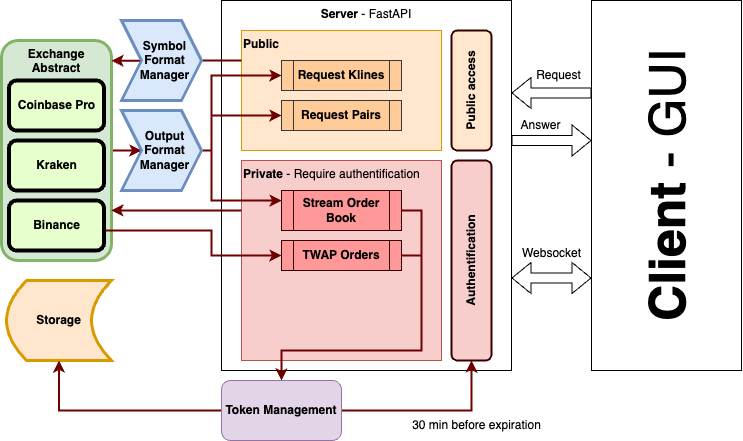
The draw.io diagram img/structure.png in Caymaar/multi-crypto-exchanges-api, before a commit. Source tidied: cells renumbered, new cells last; positions are measured from the earlier drawing's top-left corner, leaving out a move shared by most shapes.
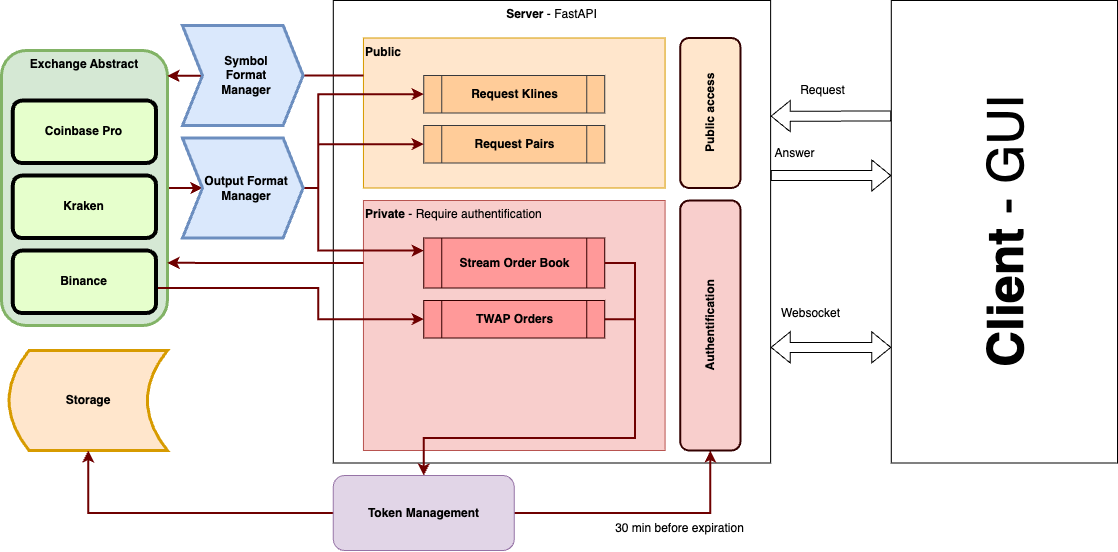
The same diagram one commit later.

Commit message:
upscale structure png

Diff of the diagram source:
```diff
@@ -2,155 +2,158 @@
   <root>
     <mxCell id="0" />
     <mxCell id="1" parent="0" />
+    <mxCell id="38" style="group;" parent="1" vertex="1">
+      <mxGeometry x="166" y="188" width="1116" height="550" as="geometry" />
+    </mxCell>
-    <mxCell id="2" style="edgeStyle=orthogonalEdgeStyle;rounded=0;orthogonalLoop=1;jettySize=auto;html=1;exitX=1;exitY=0.5;exitDx=0;exitDy=0;entryX=0;entryY=0.5;entryDx=0;entryDy=0;shape=flexArrow;" parent="1" edge="1">
+    <mxCell id="2" style="edgeStyle=orthogonalEdgeStyle;rounded=0;orthogonalLoop=1;jettySize=auto;html=1;exitX=1;exitY=0.5;exitDx=0;exitDy=0;entryX=0;entryY=0.5;entryDx=0;entryDy=0;shape=flexArrow;" parent="38" edge="1">
       <mxGeometry relative="1" as="geometry">
-        <mxPoint x="510" y="140" as="sourcePoint" />
-        <mxPoint x="590" y="140" as="targetPoint" />
+        <mxPoint x="769.1" y="175" as="sourcePoint" />
+        <mxPoint x="889.8" y="175" as="targetPoint" />
       </mxGeometry>
     </mxCell>
-    <mxCell id="3" value="&lt;b&gt;Server &lt;/b&gt;- FastAPI" style="rounded=0;whiteSpace=wrap;html=1;verticalAlign=top;" parent="1" vertex="1">
-      <mxGeometry x="220" width="290" height="370" as="geometry" />
+    <mxCell id="3" value="&lt;b&gt;Server &lt;/b&gt;- FastAPI" style="rounded=0;whiteSpace=wrap;html=1;verticalAlign=top;" parent="38" vertex="1">
+      <mxGeometry x="331.8" width="437.4" height="462.5" as="geometry" />
     </mxCell>
-    <mxCell id="4" value="&lt;b&gt;Private &lt;/b&gt;-&lt;b&gt; &lt;/b&gt;Require authentification" style="rounded=0;whiteSpace=wrap;html=1;verticalAlign=top;align=left;fillColor=#f8cecc;strokeColor=#b85450;" parent="1" vertex="1">
-      <mxGeometry x="240" y="160" width="200" height="200" as="geometry" />
+    <mxCell id="4" value="&lt;b&gt;Private &lt;/b&gt;-&lt;b&gt; &lt;/b&gt;Require authentification" style="rounded=0;whiteSpace=wrap;html=1;verticalAlign=top;align=left;fillColor=#f8cecc;strokeColor=#b85450;" parent="38" vertex="1">
+      <mxGeometry x="361.9" y="200" width="301.6" height="250" as="geometry" />
     </mxCell>
-    <mxCell id="5" value="&lt;b&gt;Public&lt;/b&gt;" style="rounded=0;whiteSpace=wrap;html=1;verticalAlign=top;align=left;fillColor=#ffe6cc;strokeColor=#d79b00;" parent="1" vertex="1">
-      <mxGeometry x="240" y="30" width="200" height="120" as="geometry" />
+    <mxCell id="5" value="&lt;b&gt;Public&lt;/b&gt;" style="rounded=0;whiteSpace=wrap;html=1;verticalAlign=top;align=left;fillColor=#ffe6cc;strokeColor=#d79b00;" parent="38" vertex="1">
+      <mxGeometry x="361.9" y="37.5" width="301.6" height="150" as="geometry" />
     </mxCell>
-    <mxCell id="6" style="edgeStyle=orthogonalEdgeStyle;rounded=0;jettySize=auto;html=1;exitX=1;exitY=0.5;exitDx=0;exitDy=0;strokeWidth=2;fillColor=#a20025;strokeColor=#6F0000;" parent="1" edge="1" source="7" target="23">
+    <mxCell id="6" style="edgeStyle=orthogonalEdgeStyle;rounded=0;jettySize=auto;html=1;exitX=1;exitY=0.5;exitDx=0;exitDy=0;strokeWidth=2;fillColor=#a20025;strokeColor=#6F0000;" parent="38" edge="1" source="7" target="23">
       <mxGeometry relative="1" as="geometry" />
     </mxCell>
-    <mxCell id="7" value="&lt;b&gt;Exchange Abstract&lt;/b&gt;" style="rounded=1;whiteSpace=wrap;html=1;fillColor=#d5e8d4;strokeColor=#82b366;strokeWidth=3;verticalAlign=top;" parent="1" vertex="1">
-      <mxGeometry y="40" width="110" height="220" as="geometry" />
+    <mxCell id="7" value="&lt;b&gt;Exchange Abstract&lt;/b&gt;" style="rounded=1;whiteSpace=wrap;html=1;fillColor=#d5e8d4;strokeColor=#82b366;strokeWidth=3;verticalAlign=top;" parent="38" vertex="1">
+      <mxGeometry y="50" width="165.9" height="275" as="geometry" />
     </mxCell>
-    <mxCell id="8" value="&lt;b&gt;Coinbase Pro&lt;/b&gt;" style="rounded=1;whiteSpace=wrap;html=1;fillColor=light-dark(#e6ffcc, #ededed);strokeColor=light-dark(#000000, #446e2c);strokeWidth=4;" parent="1" vertex="1">
-      <mxGeometry x="7.5" y="80" width="95" height="50" as="geometry" />
+    <mxCell id="8" value="&lt;b&gt;Coinbase Pro&lt;/b&gt;" style="rounded=1;whiteSpace=wrap;html=1;fillColor=light-dark(#e6ffcc, #ededed);strokeColor=light-dark(#000000, #446e2c);strokeWidth=4;" parent="38" vertex="1">
+      <mxGeometry x="11.3" y="100" width="143.3" height="62.5" as="geometry" />
     </mxCell>
-    <mxCell id="9" value="&lt;b&gt;Kraken&lt;/b&gt;" style="rounded=1;whiteSpace=wrap;html=1;fillColor=light-dark(#e6ffcc, #ededed);strokeColor=light-dark(#000000, #446e2c);strokeWidth=4;" parent="1" vertex="1">
-      <mxGeometry x="7.5" y="140" width="95" height="50" as="geometry" />
+    <mxCell id="9" value="&lt;b&gt;Kraken&lt;/b&gt;" style="rounded=1;whiteSpace=wrap;html=1;fillColor=light-dark(#e6ffcc, #ededed);strokeColor=light-dark(#000000, #446e2c);strokeWidth=4;" parent="38" vertex="1">
+      <mxGeometry x="11.3" y="175" width="143.3" height="62.5" as="geometry" />
     </mxCell>
-    <mxCell id="10" style="edgeStyle=orthogonalEdgeStyle;rounded=0;jettySize=auto;html=1;exitX=1;exitY=0.75;exitDx=0;exitDy=0;strokeWidth=2;fillColor=#a20025;strokeColor=#6F0000;entryX=0;entryY=0.5;entryDx=0;entryDy=0;" parent="1" edge="1" source="11" target="17">
+    <mxCell id="10" style="edgeStyle=orthogonalEdgeStyle;rounded=0;jettySize=auto;html=1;exitX=1;exitY=0.75;exitDx=0;exitDy=0;strokeWidth=2;fillColor=#a20025;strokeColor=#6F0000;entryX=0;entryY=0.5;entryDx=0;entryDy=0;" parent="38" edge="1" source="11" target="17">
       <mxGeometry relative="1" as="geometry">
         <Array as="points">
-          <mxPoint x="102" y="230" />
-          <mxPoint x="210" y="230" />
-          <mxPoint x="210" y="255" />
+          <mxPoint x="153.8" y="287.5" />
+          <mxPoint x="316.7" y="287.5" />
+          <mxPoint x="316.7" y="318.7" />
         </Array>
       </mxGeometry>
     </mxCell>
-    <mxCell id="11" value="&lt;b&gt;Binance&lt;/b&gt;" style="rounded=1;whiteSpace=wrap;html=1;fillColor=light-dark(#e6ffcc, #ededed);strokeColor=light-dark(#000000, #446e2c);strokeWidth=4;" parent="1" vertex="1">
-      <mxGeometry x="7.5" y="200" width="95" height="50" as="geometry" />
+    <mxCell id="11" value="&lt;b&gt;Binance&lt;/b&gt;" style="rounded=1;whiteSpace=wrap;html=1;fillColor=light-dark(#e6ffcc, #ededed);strokeColor=light-dark(#000000, #446e2c);strokeWidth=4;" parent="38" vertex="1">
+      <mxGeometry x="11.3" y="250" width="143.3" height="62.5" as="geometry" />
     </mxCell>
-    <mxCell id="12" value="Request Klines" style="shape=process;whiteSpace=wrap;html=1;backgroundOutline=1;fontStyle=1;fillColor=#ffcc99;strokeColor=#36393d;" parent="1" vertex="1">
-      <mxGeometry x="280" y="60" width="120" height="30" as="geometry" />
+    <mxCell id="12" value="Request Klines" style="shape=process;whiteSpace=wrap;html=1;backgroundOutline=1;fontStyle=1;fillColor=#ffcc99;strokeColor=#36393d;" parent="38" vertex="1">
+      <mxGeometry x="422.3" y="75" width="181" height="37.5" as="geometry" />
     </mxCell>
-    <mxCell id="13" value="Request Pairs" style="shape=process;whiteSpace=wrap;html=1;backgroundOutline=1;fontStyle=1;fillColor=#ffcc99;strokeColor=#36393d;" parent="1" vertex="1">
-      <mxGeometry x="280" y="100" width="120" height="30" as="geometry" />
+    <mxCell id="13" value="Request Pairs" style="shape=process;whiteSpace=wrap;html=1;backgroundOutline=1;fontStyle=1;fillColor=#ffcc99;strokeColor=#36393d;" parent="38" vertex="1">
+      <mxGeometry x="422.3" y="125" width="181" height="37.5" as="geometry" />
     </mxCell>
-    <mxCell id="14" value="Stream Order Book" style="shape=process;whiteSpace=wrap;html=1;backgroundOutline=1;fontStyle=1;fillColor=#FF9999;strokeColor=#330000;" parent="1" vertex="1">
-      <mxGeometry x="280" y="190" width="120" height="40" as="geometry" />
+    <mxCell id="14" value="Stream Order Book" style="shape=process;whiteSpace=wrap;html=1;backgroundOutline=1;fontStyle=1;fillColor=#FF9999;strokeColor=#330000;" parent="38" vertex="1">
+      <mxGeometry x="422.3" y="237.5" width="181" height="50" as="geometry" />
     </mxCell>
-    <mxCell id="15" style="edgeStyle=orthogonalEdgeStyle;rounded=0;jettySize=auto;html=1;exitX=1;exitY=0.5;exitDx=0;exitDy=0;entryX=0.5;entryY=0;entryDx=0;entryDy=0;strokeWidth=2;fillColor=#a20025;strokeColor=#6F0000;" parent="1" edge="1" source="14" target="27">
+    <mxCell id="15" style="edgeStyle=orthogonalEdgeStyle;rounded=0;jettySize=auto;html=1;exitX=1;exitY=0.5;exitDx=0;exitDy=0;entryX=0.5;entryY=0;entryDx=0;entryDy=0;strokeWidth=2;fillColor=#a20025;strokeColor=#6F0000;" parent="38" edge="1" source="14" target="27">
       <mxGeometry relative="1" as="geometry">
         <Array as="points">
-          <mxPoint x="420" y="210" />
-          <mxPoint x="420" y="350" />
-          <mxPoint x="280" y="350" />
+          <mxPoint x="633.4" y="262.5" />
+          <mxPoint x="633.4" y="437.5" />
+          <mxPoint x="422.3" y="437.5" />
         </Array>
       </mxGeometry>
     </mxCell>
-    <mxCell id="16" style="edgeStyle=orthogonalEdgeStyle;rounded=0;jettySize=auto;html=1;exitX=1;exitY=0.5;exitDx=0;exitDy=0;endArrow=none;startFill=0;strokeWidth=2;fillColor=#a20025;strokeColor=#6F0000;" parent="1" edge="1" source="17">
+    <mxCell id="16" style="edgeStyle=orthogonalEdgeStyle;rounded=0;jettySize=auto;html=1;exitX=1;exitY=0.5;exitDx=0;exitDy=0;endArrow=none;startFill=0;strokeWidth=2;fillColor=#a20025;strokeColor=#6F0000;" parent="38" edge="1" source="17">
       <mxGeometry relative="1" as="geometry">
-        <mxPoint x="420" y="255.1" as="targetPoint" />
+        <mxPoint x="633.4" y="318.9" as="targetPoint" />
       </mxGeometry>
     </mxCell>
-    <mxCell id="17" value="TWAP Orders" style="shape=process;whiteSpace=wrap;html=1;backgroundOutline=1;fontStyle=1;fillColor=#FF9999;strokeColor=#330000;" parent="1" vertex="1">
-      <mxGeometry x="280" y="240" width="120" height="30" as="geometry" />
+    <mxCell id="17" value="TWAP Orders" style="shape=process;whiteSpace=wrap;html=1;backgroundOutline=1;fontStyle=1;fillColor=#FF9999;strokeColor=#330000;" parent="38" vertex="1">
+      <mxGeometry x="422.3" y="300" width="181" height="37.5" as="geometry" />
     </mxCell>
-    <mxCell id="18" style="edgeStyle=orthogonalEdgeStyle;rounded=0;orthogonalLoop=1;jettySize=auto;html=1;exitX=0.5;exitY=1;exitDx=0;exitDy=0;" parent="1" edge="1">
+    <mxCell id="18" style="edgeStyle=orthogonalEdgeStyle;rounded=0;orthogonalLoop=1;jettySize=auto;html=1;exitX=0.5;exitY=1;exitDx=0;exitDy=0;" parent="38" edge="1">
       <mxGeometry relative="1" as="geometry">
-        <mxPoint x="55" y="270" as="sourcePoint" />
-        <mxPoint x="55" y="270" as="targetPoint" />
+        <mxPoint x="82.9" y="337.5" as="sourcePoint" />
+        <mxPoint x="82.9" y="337.5" as="targetPoint" />
       </mxGeometry>
     </mxCell>
-    <mxCell id="19" style="edgeStyle=orthogonalEdgeStyle;rounded=0;jettySize=auto;html=1;exitX=1;exitY=0.5;exitDx=0;exitDy=0;entryX=0;entryY=0.5;entryDx=0;entryDy=0;strokeWidth=2;fillColor=#a20025;strokeColor=#6F0000;" parent="1" edge="1" source="23" target="12">
+    <mxCell id="19" style="edgeStyle=orthogonalEdgeStyle;rounded=0;jettySize=auto;html=1;exitX=1;exitY=0.5;exitDx=0;exitDy=0;entryX=0;entryY=0.5;entryDx=0;entryDy=0;strokeWidth=2;fillColor=#a20025;strokeColor=#6F0000;" parent="38" edge="1" source="23" target="12">
       <mxGeometry relative="1" as="geometry">
         <Array as="points">
-          <mxPoint x="210" y="150" />
-          <mxPoint x="210" y="75" />
+          <mxPoint x="316.7" y="187.5" />
+          <mxPoint x="316.7" y="93.7" />
         </Array>
       </mxGeometry>
     </mxCell>
-    <mxCell id="20" value="&lt;b&gt;Storage&lt;/b&gt;" style="shape=dataStorage;whiteSpace=wrap;html=1;fixedSize=1;fillColor=#ffe6cc;strokeColor=#d79b00;strokeWidth=3;" parent="1" vertex="1">
-      <mxGeometry x="5" y="280" width="105" height="80" as="geometry" />
+    <mxCell id="20" value="&lt;b&gt;Storage&lt;/b&gt;" style="shape=dataStorage;whiteSpace=wrap;html=1;fixedSize=1;fillColor=#ffe6cc;strokeColor=#d79b00;strokeWidth=3;" parent="38" vertex="1">
+      <mxGeometry x="7.5" y="350" width="158.4" height="100" as="geometry" />
     </mxCell>
-    <mxCell id="21" style="edgeStyle=orthogonalEdgeStyle;rounded=0;jettySize=auto;html=1;exitX=1;exitY=0.5;exitDx=0;exitDy=0;entryX=0;entryY=0.5;entryDx=0;entryDy=0;strokeWidth=2;fillColor=#a20025;strokeColor=#6F0000;" parent="1" edge="1" source="23" target="13">
+    <mxCell id="21" style="edgeStyle=orthogonalEdgeStyle;rounded=0;jettySize=auto;html=1;exitX=1;exitY=0.5;exitDx=0;exitDy=0;entryX=0;entryY=0.5;entryDx=0;entryDy=0;strokeWidth=2;fillColor=#a20025;strokeColor=#6F0000;" parent="38" edge="1" source="23" target="13">
       <mxGeometry relative="1" as="geometry">
         <Array as="points">
-          <mxPoint x="210" y="150" />
-          <mxPoint x="210" y="115" />
+          <mxPoint x="316.7" y="187.5" />
+          <mxPoint x="316.7" y="143.7" />
         </Array>
       </mxGeometry>
     </mxCell>
-    <mxCell id="22" style="edgeStyle=orthogonalEdgeStyle;rounded=0;jettySize=auto;html=1;exitX=1;exitY=0.5;exitDx=0;exitDy=0;strokeWidth=2;fillColor=#a20025;strokeColor=#6F0000;" parent="1" edge="1" source="23">
+    <mxCell id="22" style="edgeStyle=orthogonalEdgeStyle;rounded=0;jettySize=auto;html=1;exitX=1;exitY=0.5;exitDx=0;exitDy=0;strokeWidth=2;fillColor=#a20025;strokeColor=#6F0000;" parent="38" edge="1" source="23">
       <mxGeometry relative="1" as="geometry">
-        <mxPoint x="280" y="200" as="targetPoint" />
+        <mxPoint x="422.3" y="250" as="targetPoint" />
         <Array as="points">
-          <mxPoint x="210" y="150" />
-          <mxPoint x="210" y="200" />
-          <mxPoint x="280" y="200" />
+          <mxPoint x="316.7" y="187.5" />
+          <mxPoint x="316.7" y="250" />
+          <mxPoint x="422.3" y="250" />
         </Array>
       </mxGeometry>
     </mxCell>
-    <mxCell id="23" value="&lt;b&gt;&lt;font&gt;Output Format Manager&lt;/font&gt;&lt;/b&gt;" style="shape=step;perimeter=stepPerimeter;whiteSpace=wrap;html=1;fixedSize=1;fillColor=#dae8fc;strokeColor=#6c8ebf;strokeWidth=3;spacingLeft=7;" parent="1" vertex="1">
-      <mxGeometry x="120" y="110" width="80" height="80" as="geometry" />
+    <mxCell id="23" value="&lt;b&gt;&lt;font&gt;Output Format Manager&lt;/font&gt;&lt;/b&gt;" style="shape=step;perimeter=stepPerimeter;whiteSpace=wrap;html=1;fixedSize=1;fillColor=#dae8fc;strokeColor=#6c8ebf;strokeWidth=3;spacingLeft=7;" parent="38" vertex="1">
+      <mxGeometry x="181" y="137.5" width="120.6" height="100" as="geometry" />
     </mxCell>
-    <mxCell id="24" style="edgeStyle=orthogonalEdgeStyle;rounded=0;jettySize=auto;html=1;exitX=0.5;exitY=1;exitDx=0;exitDy=0;entryX=0.5;entryY=1;entryDx=0;entryDy=0;strokeWidth=2;fillColor=#a20025;strokeColor=#6F0000;startArrow=classic;startFill=1;" parent="1" edge="1" source="25" target="20">
+    <mxCell id="24" style="edgeStyle=orthogonalEdgeStyle;rounded=0;jettySize=auto;html=1;exitX=0.5;exitY=1;exitDx=0;exitDy=0;entryX=0.5;entryY=1;entryDx=0;entryDy=0;strokeWidth=2;fillColor=#a20025;strokeColor=#6F0000;startArrow=classic;startFill=1;" parent="38" edge="1" source="25" target="20">
       <mxGeometry relative="1" as="geometry">
         <Array as="points">
-          <mxPoint x="470" y="410" />
-          <mxPoint x="57" y="410" />
+          <mxPoint x="708.8" y="512.5" />
+          <mxPoint x="86" y="512.5" />
         </Array>
       </mxGeometry>
     </mxCell>
-    <mxCell id="25" value="&lt;b&gt;Authentification&lt;/b&gt;" style="rounded=1;whiteSpace=wrap;html=1;horizontal=0;fillColor=#f8cecc;strokeColor=#330000;strokeWidth=2;" parent="1" vertex="1">
-      <mxGeometry x="450" y="160" width="40" height="200" as="geometry" />
+    <mxCell id="25" value="&lt;b&gt;Authentification&lt;/b&gt;" style="rounded=1;whiteSpace=wrap;html=1;horizontal=0;fillColor=#f8cecc;strokeColor=#330000;strokeWidth=2;" parent="38" vertex="1">
+      <mxGeometry x="678.6" y="200" width="60.3" height="250" as="geometry" />
     </mxCell>
-    <mxCell id="26" value="&lt;b&gt;Public access&lt;/b&gt;" style="rounded=1;whiteSpace=wrap;html=1;horizontal=0;fillColor=#ffe6cc;strokeColor=#330000;strokeWidth=2;" parent="1" vertex="1">
-      <mxGeometry x="450" y="30" width="40" height="120" as="geometry" />
+    <mxCell id="26" value="&lt;b&gt;Public access&lt;/b&gt;" style="rounded=1;whiteSpace=wrap;html=1;horizontal=0;fillColor=#ffe6cc;strokeColor=#330000;strokeWidth=2;" parent="38" vertex="1">
+      <mxGeometry x="678.6" y="37.5" width="60.3" height="150" as="geometry" />
     </mxCell>
-    <mxCell id="27" value="Token Management" style="rounded=1;whiteSpace=wrap;html=1;fontStyle=1;fillColor=#e1d5e7;strokeColor=#9673a6;" parent="1" vertex="1">
-      <mxGeometry x="220" y="380" width="120" height="60" as="geometry" />
+    <mxCell id="27" value="Token Management" style="rounded=1;whiteSpace=wrap;html=1;fontStyle=1;fillColor=#e1d5e7;strokeColor=#9673a6;" parent="38" vertex="1">
+      <mxGeometry x="331.8" y="475" width="181" height="75" as="geometry" />
     </mxCell>
-    <mxCell id="28" style="edgeStyle=orthogonalEdgeStyle;rounded=0;jettySize=auto;html=1;exitX=0;exitY=0.25;exitDx=0;exitDy=0;entryX=1;entryY=0.25;entryDx=0;entryDy=0;shape=flexArrow;" parent="1" edge="1" source="29" target="3">
+    <mxCell id="28" style="edgeStyle=orthogonalEdgeStyle;rounded=0;jettySize=auto;html=1;exitX=0;exitY=0.25;exitDx=0;exitDy=0;entryX=1;entryY=0.25;entryDx=0;entryDy=0;shape=flexArrow;" parent="38" edge="1" source="29" target="3">
       <mxGeometry relative="1" as="geometry" />
     </mxCell>
-    <mxCell id="29" value="&lt;b&gt;Client &lt;/b&gt;- GUI" style="rounded=0;whiteSpace=wrap;html=1;verticalAlign=middle;horizontal=0;fontSize=50;" parent="1" vertex="1">
-      <mxGeometry x="590" width="150" height="370" as="geometry" />
+    <mxCell id="29" value="&lt;b&gt;Client &lt;/b&gt;- GUI" style="rounded=0;whiteSpace=wrap;html=1;verticalAlign=middle;horizontal=0;fontSize=50;" parent="38" vertex="1">
+      <mxGeometry x="889.8" width="226.2" height="462.5" as="geometry" />
     </mxCell>
-    <mxCell id="30" value="Request" style="text;html=1;align=center;verticalAlign=middle;strokeColor=none;fillColor=none;spacingLeft=4;" parent="1" vertex="1">
-      <mxGeometry x="520" y="60" width="70" height="30" as="geometry" />
+    <mxCell id="30" value="Request" style="text;html=1;align=center;verticalAlign=middle;strokeColor=none;fillColor=none;spacingLeft=4;" parent="38" vertex="1">
+      <mxGeometry x="784.2" y="75" width="70" height="30" as="geometry" />
     </mxCell>
-    <mxCell id="31" value="Answer" style="text;html=1;align=center;verticalAlign=middle;strokeColor=none;fillColor=none;spacingLeft=8;" parent="1" vertex="1">
-      <mxGeometry x="500" y="110" width="70" height="30" as="geometry" />
+    <mxCell id="31" value="Answer" style="text;html=1;align=center;verticalAlign=middle;strokeColor=none;fillColor=none;spacingLeft=8;" parent="38" vertex="1">
+      <mxGeometry x="754.1" y="137.5" width="70" height="30" as="geometry" />
     </mxCell>
-    <mxCell id="32" style="shape=flexArrow;endArrow=classic;startArrow=classic;html=1;rounded=0;entryX=0;entryY=0.75;entryDx=0;entryDy=0;exitX=1;exitY=0.75;exitDx=0;exitDy=0;" parent="1" edge="1" source="3" target="29">
+    <mxCell id="32" style="shape=flexArrow;endArrow=classic;startArrow=classic;html=1;rounded=0;entryX=0;entryY=0.75;entryDx=0;entryDy=0;exitX=1;exitY=0.75;exitDx=0;exitDy=0;" parent="38" edge="1" source="3" target="29">
       <mxGeometry relative="1" as="geometry" />
     </mxCell>
-    <mxCell id="33" value="Websocket" style="text;html=1;align=center;verticalAlign=middle;strokeColor=none;fillColor=none;" parent="1" vertex="1">
-      <mxGeometry x="510" y="238" width="80" height="30" as="geometry" />
+    <mxCell id="33" value="Websocket" style="text;html=1;align=center;verticalAlign=middle;strokeColor=none;fillColor=none;" parent="38" vertex="1">
+      <mxGeometry x="769.1" y="297.5" width="80" height="30" as="geometry" />
     </mxCell>
-    <mxCell id="34" style="edgeStyle=orthogonalEdgeStyle;rounded=0;jettySize=auto;html=1;exitX=0;exitY=0.25;exitDx=0;exitDy=0;entryX=1;entryY=0.092;entryDx=0;entryDy=0;entryPerimeter=0;startArrow=none;startFill=0;strokeWidth=2;fillColor=#a20025;strokeColor=#6F0000;" parent="1" edge="1" source="5" target="7">
+    <mxCell id="34" style="edgeStyle=orthogonalEdgeStyle;rounded=0;jettySize=auto;html=1;exitX=0;exitY=0.25;exitDx=0;exitDy=0;entryX=1;entryY=0.092;entryDx=0;entryDy=0;entryPerimeter=0;startArrow=none;startFill=0;strokeWidth=2;fillColor=#a20025;strokeColor=#6F0000;" parent="38" edge="1" source="5" target="7">
       <mxGeometry relative="1" as="geometry" />
     </mxCell>
-    <mxCell id="35" style="edgeStyle=orthogonalEdgeStyle;rounded=0;jettySize=auto;html=1;exitX=0;exitY=0.25;exitDx=0;exitDy=0;entryX=1;entryY=0.772;entryDx=0;entryDy=0;entryPerimeter=0;fillColor=#a20025;strokeColor=#6F0000;strokeWidth=2;" parent="1" edge="1" source="4" target="7">
+    <mxCell id="35" style="edgeStyle=orthogonalEdgeStyle;rounded=0;jettySize=auto;html=1;exitX=0;exitY=0.25;exitDx=0;exitDy=0;entryX=1;entryY=0.772;entryDx=0;entryDy=0;entryPerimeter=0;fillColor=#a20025;strokeColor=#6F0000;strokeWidth=2;" parent="38" edge="1" source="4" target="7">
       <mxGeometry relative="1" as="geometry" />
     </mxCell>
-    <mxCell id="36" value="30 min before expiration" style="text;html=1;align=center;verticalAlign=middle;strokeColor=none;fillColor=none;" parent="1" vertex="1">
-      <mxGeometry x="400" y="410" width="150" height="30" as="geometry" />
+    <mxCell id="36" value="30 min before expiration" style="text;html=1;align=center;verticalAlign=middle;strokeColor=none;fillColor=none;" parent="38" vertex="1">
+      <mxGeometry x="603.2" y="512.5" width="150" height="30" as="geometry" />
     </mxCell>
-    <mxCell id="37" value="&lt;b&gt;&lt;font&gt;Symbol&lt;/font&gt;&lt;/b&gt;&lt;div&gt;&lt;b&gt;&lt;font&gt;Format&lt;/font&gt;&lt;/b&gt;&lt;/div&gt;&lt;div&gt;&lt;b&gt;&lt;font&gt;Manager&lt;/font&gt;&lt;/b&gt;&lt;/div&gt;" style="shape=step;perimeter=stepPerimeter;whiteSpace=wrap;html=1;fixedSize=1;fillColor=#dae8fc;strokeColor=#6c8ebf;strokeWidth=3;spacingLeft=7;" parent="1" vertex="1">
-      <mxGeometry x="120" y="20" width="80" height="80" as="geometry" />
+    <mxCell id="37" value="&lt;b&gt;&lt;font&gt;Symbol&lt;/font&gt;&lt;/b&gt;&lt;div&gt;&lt;b&gt;&lt;font&gt;Format&lt;/font&gt;&lt;/b&gt;&lt;/div&gt;&lt;div&gt;&lt;b&gt;&lt;font&gt;Manager&lt;/font&gt;&lt;/b&gt;&lt;/div&gt;" style="shape=step;perimeter=stepPerimeter;whiteSpace=wrap;html=1;fixedSize=1;fillColor=#dae8fc;strokeColor=#6c8ebf;strokeWidth=3;spacingLeft=7;" parent="38" vertex="1">
+      <mxGeometry x="181" y="25" width="120.6" height="100" as="geometry" />
     </mxCell>
   </root>
 </mxGraphModel>
```
